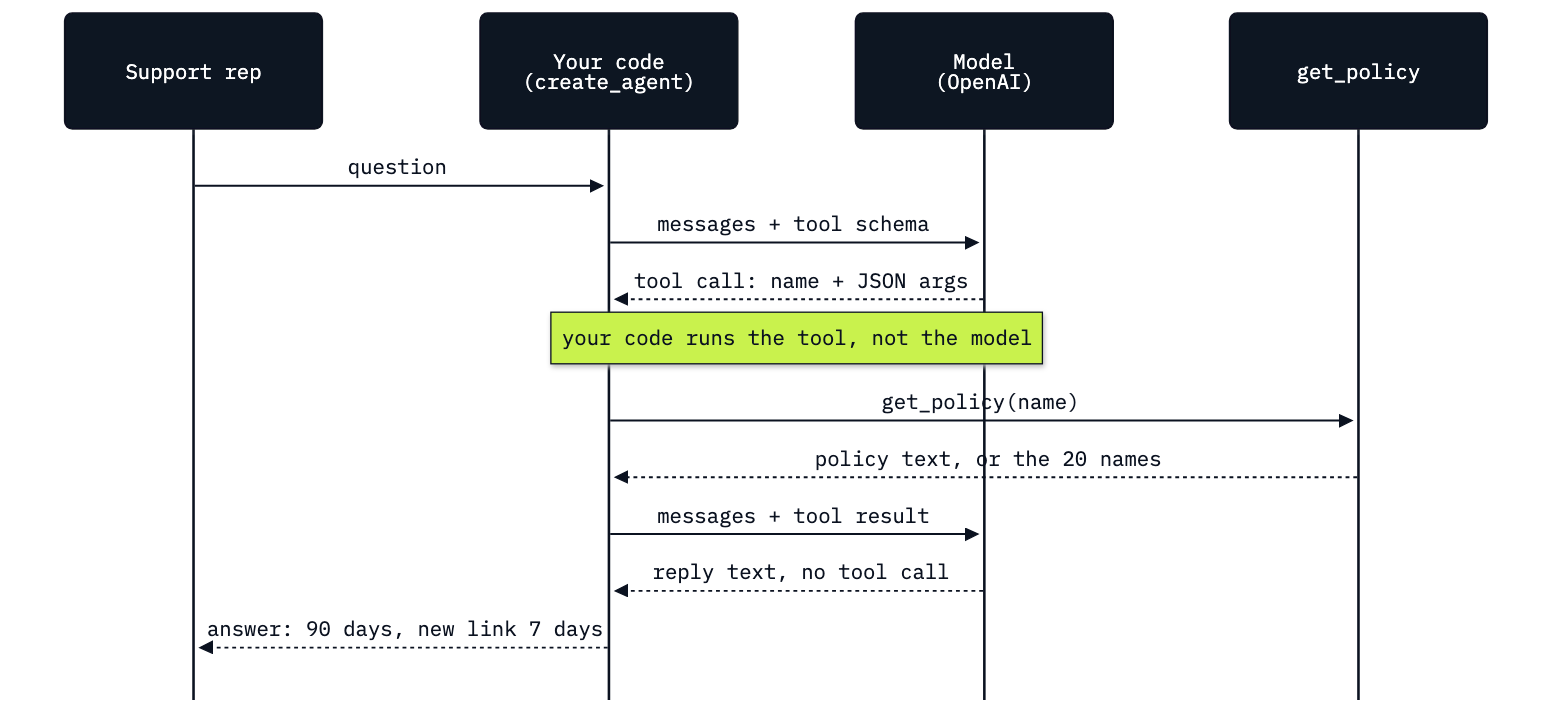
The Mermaid diagram 01_First_Chain_And_Tool/resources/lab01_tool_call.png in skjagini/agentic_ai_conversational_agents, before a commit. Its source is kept beside it as 01_First_Chain_And_Tool/resources/lab01_tool_call.mmd.
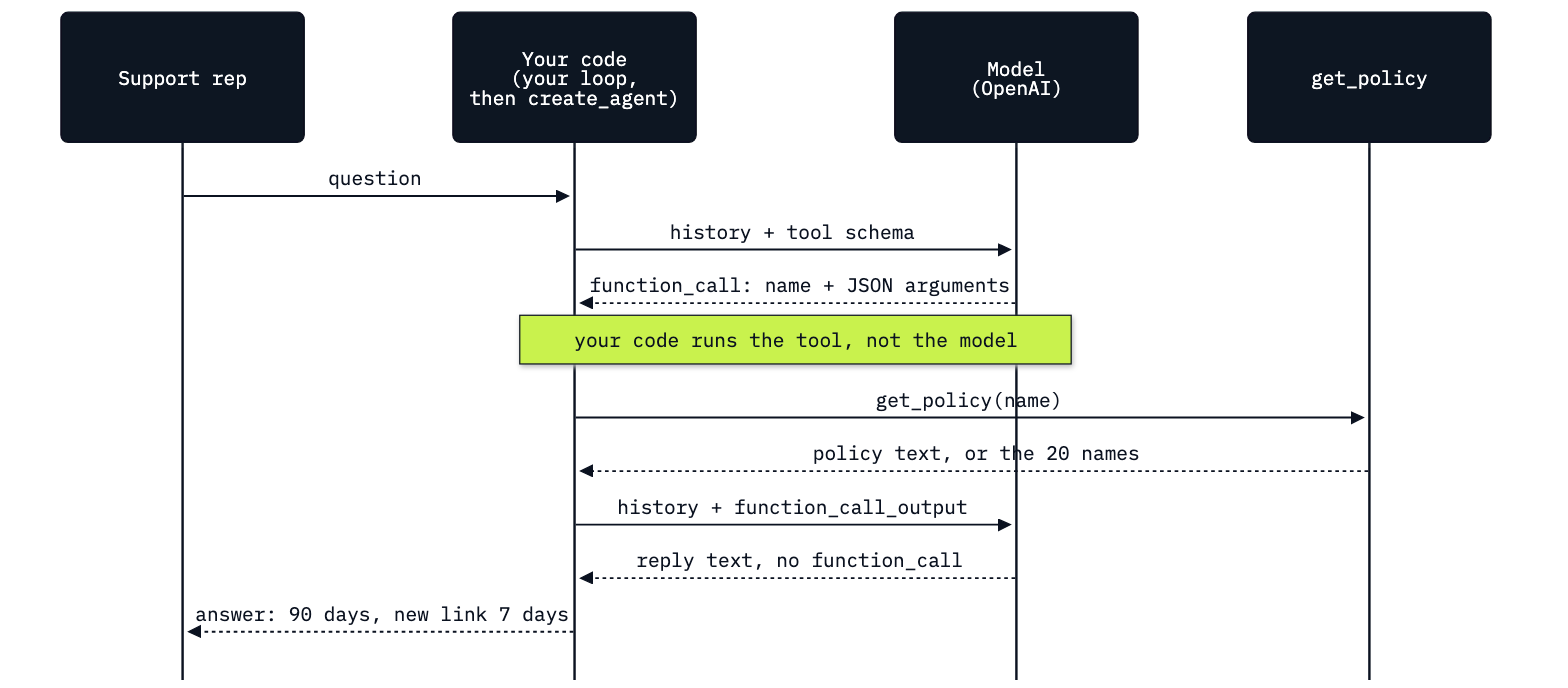
After the commit.

Commit message:
updates to 01_First_Chain_And_Tool lab

Diff of the diagram source:
```diff
@@ -1,16 +1,16 @@
 %%{init: {"theme": "base", "sequence": {"mirrorActors": false, "messageFontSize": 15, "actorFontSize": 15, "noteFontSize": 15, "wrap": false, "actorMargin": 90, "width": 200, "messageMargin": 42}, "themeVariables": {"fontFamily": "IBM Plex Mono, monospace", "fontSize": "15px", "primaryColor": "#FFFFFF", "primaryBorderColor": "#0B1220", "primaryTextColor": "#0B1220", "lineColor": "#6B7383", "actorBkg": "#0B1220", "actorTextColor": "#FFFFFF", "actorBorder": "#0B1220", "noteBkgColor": "#C9F24D", "noteBorderColor": "#0B1220", "noteTextColor": "#0B1220", "signalColor": "#0B1220", "signalTextColor": "#0B1220"}}}%%
 sequenceDiagram
     participant Rep as Support rep
-    participant Code as Your code<br>(create_agent)
+    participant Code as Your code<br>(your loop,<br>then create_agent)
     participant Model as Model<br>(OpenAI)
     participant Tool as get_policy
 
     Rep->>Code: question
-    Code->>Model: messages + tool schema
-    Model-->>Code: tool call: name + JSON args
+    Code->>Model: history + tool schema
+    Model-->>Code: function_call: name + JSON arguments
     Note over Code,Model: your code runs the tool, not the model
     Code->>Tool: get_policy(name)
     Tool-->>Code: policy text, or the 20 names
-    Code->>Model: messages + tool result
-    Model-->>Code: reply text, no tool call
+    Code->>Model: history + function_call_output
+    Model-->>Code: reply text, no function_call
     Code-->>Rep: answer: 90 days, new link 7 days
```
